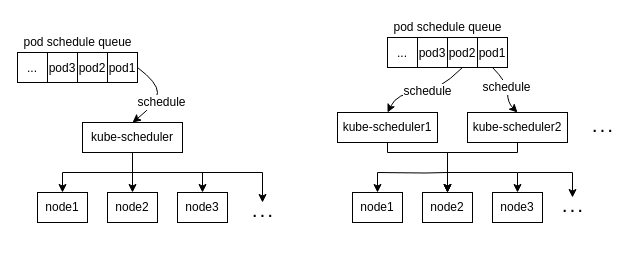
Above: page "Page-1" (1 of 4) of 毕业设计/分布式调度架构.drawio in AgentGuo/flow_chart (draw.io), before the change. Source tidied: cells renumbered, new cells numbered last; positions are measured from the earlier drawing's top-left corner, leaving out a move shared by most shapes. Both pictures are drawn from the tidied source at 100%, with x=0, y=0 at pixel (17, 17).
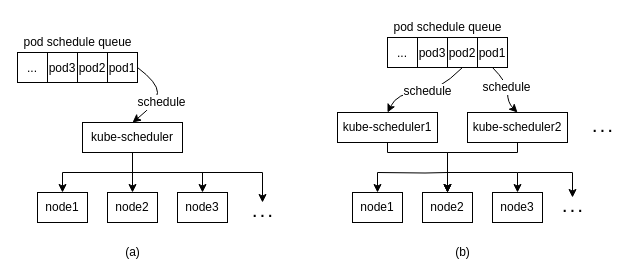
Above is the later version.

Commit message:
Update 分布式调度架构.drawio

What changed in the source:
```diff
@@
+    <mxCell id="40" value="(a)" style="text;html=1;align=center;verticalAlign=middle;strokeColor=none;fillColor=none;fontSize=12;" parent="1" vertex="1">
+      <mxGeometry x="100" y="225" width="30" height="20" as="geometry" />
+    </mxCell>
+    <mxCell id="41" value="(b)" style="text;html=1;align=center;verticalAlign=middle;strokeColor=none;fillColor=none;fontSize=12;" parent="1" vertex="1">
+      <mxGeometry x="430" y="225" width="30" height="20" as="geometry" />
+    </mxCell>
```
